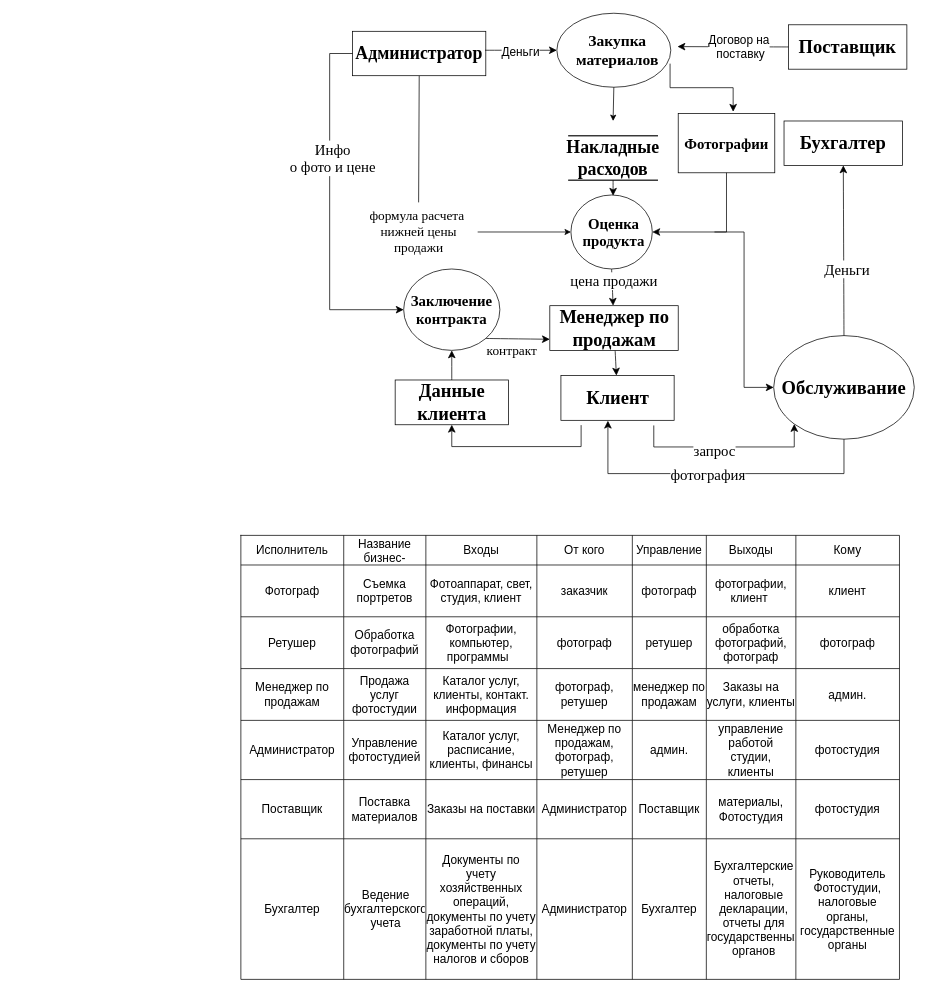
Earlier version of the draw.io diagram Диаграмма без названия.drawio (Antwan228/GitBush). Source tidied: cells renumbered, new cells numbered last; positions are measured from the earlier drawing's top-left corner, leaving out a move shared by most shapes. Both pictures are drawn from the tidied source at 74%, with x=0, y=0 at pixel (240, 13).
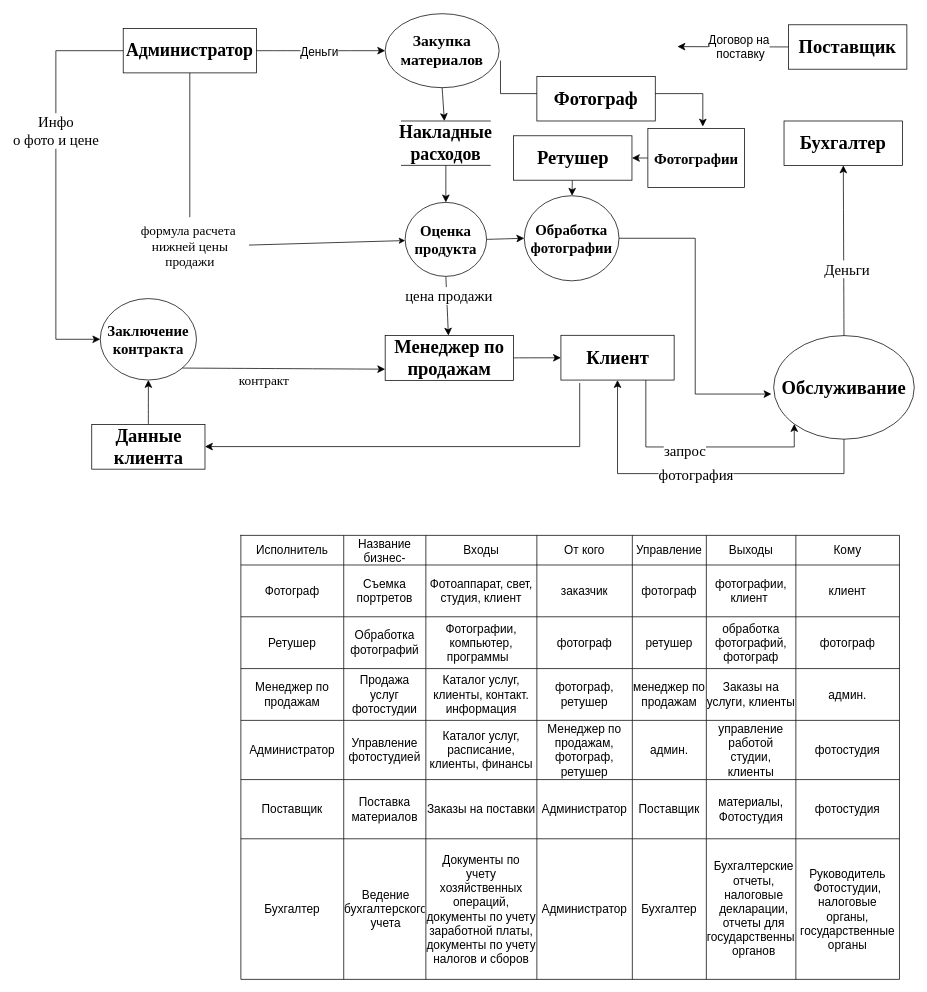
The same page after the edit.

Unchanged cells that the change refers to:
```xml
<mxCell id="4" value="&lt;font style=&quot;font-size: 25px;&quot; face=&quot;Times New Roman&quot;&gt;&lt;b&gt;Обслуживание&lt;/b&gt;&lt;/font&gt;" style="ellipse;whiteSpace=wrap;html=1;" parent="1" vertex="1">
  <mxGeometry x="720" y="436" width="190" height="140" as="geometry" />
</mxCell>
<mxCell id="31" value="&lt;font style=&quot;font-size: 24px;&quot; face=&quot;Times New Roman&quot;&gt;&lt;b&gt;Администратор&lt;/b&gt;&lt;/font&gt;" style="rounded=0;whiteSpace=wrap;html=1;" parent="29" vertex="1">
  <mxGeometry x="1" width="180" height="60" as="geometry" />
</mxCell>
```

Diff of the diagram source:
```diff
@@
-    <mxCell id="2" style="ellipse;whiteSpace=wrap;html=1;" parent="1" vertex="1">
-      <mxGeometry x="427" y="0.4" width="154" height="100" as="geometry" />
+    <mxCell id="2" value="&lt;b style=&quot;border-color: var(--border-color); font-family: &amp;quot;Times New Roman&amp;quot;; font-size: 21px;&quot;&gt;Закупка материалов&lt;/b&gt;" style="ellipse;whiteSpace=wrap;html=1;" parent="1" vertex="1">
+      <mxGeometry x="195" y="1" width="154" height="100" as="geometry" />
     </mxCell>
     <mxCell id="3" value="&lt;font size=&quot;1&quot; face=&quot;Times New Roman&quot; style=&quot;&quot;&gt;&lt;b style=&quot;font-size: 20px;&quot;&gt;Заключение контракта&lt;/b&gt;&lt;/font&gt;" style="ellipse;whiteSpace=wrap;html=1;" parent="1" vertex="1">
-      <mxGeometry x="220" y="346" width="130" height="110" as="geometry" />
+      <mxGeometry x="-190" y="386" width="130" height="110" as="geometry" />
     </mxCell>
@@
+    <mxCell id="104" style="edgeStyle=none;curved=1;rounded=0;jettySize=auto;html=1;exitX=1;exitY=0.5;exitDx=0;exitDy=0;entryX=0;entryY=0.5;entryDx=0;entryDy=0;fontSize=12;startSize=8;endSize=8;" parent="1" edge="1" source="7" target="112">
+      <mxGeometry relative="1" as="geometry" />
+    </mxCell>
-    <mxCell id="7" style="ellipse;whiteSpace=wrap;html=1;" parent="1" vertex="1">
-      <mxGeometry x="446" y="246" width="110" height="100" as="geometry" />
+    <mxCell id="7" value="&lt;b style=&quot;border-color: var(--border-color); font-size: 16px;&quot;&gt;&lt;font style=&quot;border-color: var(--border-color); font-size: 20px;&quot; face=&quot;Times New Roman&quot;&gt;Оценка продукта&lt;/font&gt;&lt;/b&gt;" style="ellipse;whiteSpace=wrap;html=1;" parent="1" vertex="1">
+      <mxGeometry x="222" y="256" width="110" height="100" as="geometry" />
     </mxCell>
-    <mxCell id="8" style="endArrow=classic;html=1;rounded=0;exitX=0.5;exitY=1;exitDx=0;exitDy=0;entryX=0.5;entryY=0;entryDx=0;entryDy=0;" parent="1" edge="1" source="2">
-      <mxGeometry relative="1" as="geometry">
-        <mxPoint x="503" y="146" as="targetPoint" />
-      </mxGeometry>
-    </mxCell>
@@
     <mxCell id="13" value="&lt;font style=&quot;font-size: 25px;&quot; face=&quot;Times New Roman&quot;&gt;&lt;b&gt;Клиент&lt;/b&gt;&lt;/font&gt;" style="rounded=0;whiteSpace=wrap;html=1;" parent="1" vertex="1">
-      <mxGeometry x="432.5" y="490" width="153" height="60.5" as="geometry" />
+      <mxGeometry x="432.5" y="435.6" width="153" height="60.5" as="geometry" />
     </mxCell>
@@
     <mxCell id="15" value="&lt;b&gt;&lt;font style=&quot;font-size: 25px;&quot; face=&quot;Times New Roman&quot;&gt;Данные клиента&lt;/font&gt;&lt;/b&gt;" style="rounded=0;whiteSpace=wrap;html=1;" parent="1" vertex="1">
-      <mxGeometry x="208.5" y="496" width="153" height="60.5" as="geometry" />
+      <mxGeometry x="-201.5" y="556" width="153" height="60.5" as="geometry" />
     </mxCell>
+    <mxCell id="105" style="edgeStyle=none;curved=1;rounded=0;jettySize=auto;html=1;exitX=0;exitY=0.5;exitDx=0;exitDy=0;entryX=1;entryY=0.5;entryDx=0;entryDy=0;fontSize=12;startSize=8;endSize=8;" parent="1" edge="1" source="16" target="111">
+      <mxGeometry relative="1" as="geometry" />
+    </mxCell>
     <mxCell id="16" value="&lt;font style=&quot;font-size: 20px;&quot; face=&quot;Times New Roman&quot;&gt;&lt;b&gt;Фотографии&lt;/b&gt;&lt;/font&gt;" style="rounded=0;whiteSpace=wrap;html=1;" parent="1" vertex="1">
-      <mxGeometry x="591" y="136" width="130.5" height="80" as="geometry" />
+      <mxGeometry x="550" y="156" width="130.5" height="80" as="geometry" />
     </mxCell>
@@
     <mxCell id="18" value="&lt;b&gt;&lt;font style=&quot;font-size: 25px;&quot; face=&quot;Times New Roman&quot;&gt;Менеджер по продажам&lt;/font&gt;&lt;/b&gt;" style="rounded=0;whiteSpace=wrap;html=1;" parent="1" vertex="1">
-      <mxGeometry x="417.5" y="395.6" width="173.5" height="60.5" as="geometry" />
+      <mxGeometry x="195" y="436" width="173.5" height="60.5" as="geometry" />
     </mxCell>
+    <mxCell id="106" style="edgeStyle=none;curved=1;rounded=0;jettySize=auto;html=1;exitX=0.5;exitY=1;exitDx=0;exitDy=0;entryX=0.5;entryY=0;entryDx=0;entryDy=0;fontSize=12;startSize=8;endSize=8;" parent="1" edge="1" source="19" target="7">
+      <mxGeometry relative="1" as="geometry" />
+    </mxCell>
-    <mxCell id="19" style="shape=partialRectangle;whiteSpace=wrap;html=1;left=0;right=0;fillColor=none;" parent="1" vertex="1">
-      <mxGeometry x="443" y="166" width="120" height="60" as="geometry" />
+    <mxCell id="19" value="&lt;b style=&quot;border-color: var(--border-color); font-family: &amp;quot;Times New Roman&amp;quot;; font-size: 24px;&quot;&gt;Накладные&lt;br style=&quot;border-color: var(--border-color);&quot;&gt;расходов&lt;/b&gt;" style="shape=partialRectangle;whiteSpace=wrap;html=1;left=0;right=0;fillColor=none;" parent="1" vertex="1">
+      <mxGeometry x="217" y="146" width="120" height="60" as="geometry" />
     </mxCell>
-    <mxCell id="20" style="edgeStyle=none;curved=1;rounded=0;jettySize=auto;html=1;exitX=0.5;exitY=1;exitDx=0;exitDy=0;fontSize=12;startSize=8;endSize=8;" parent="1" edge="1" source="21">
-      <mxGeometry relative="1" as="geometry">
-        <mxPoint x="503" y="247" as="targetPoint" />
-      </mxGeometry>
-    </mxCell>
-    <mxCell id="21" value="&lt;b style=&quot;border-color: var(--border-color); font-family: &amp;quot;Times New Roman&amp;quot;; font-size: 24px;&quot;&gt;Накладные&lt;br style=&quot;border-color: var(--border-color);&quot;&gt;расходов&lt;/b&gt;" style="shape=partialRectangle;whiteSpace=wrap;html=1;left=0;right=0;fillColor=none;" parent="1" vertex="1">
-      <mxGeometry x="443" y="166" width="120" height="60" as="geometry" />
-    </mxCell>
     <mxCell id="22" value="&lt;font style=&quot;font-size: 18px;&quot; face=&quot;Times New Roman&quot;&gt;формула расчета&amp;nbsp;&lt;br&gt;нижней цены&lt;br&gt;продажи&lt;/font&gt;" style="text;html=1;align=center;verticalAlign=middle;points=[];strokeColor=none;fillColor=none;" parent="1" vertex="1">
-      <mxGeometry x="160" y="256" width="160" height="80" as="geometry" />
+      <mxGeometry x="-149" y="276" width="160" height="80" as="geometry" />
     </mxCell>
@@
-    <mxCell id="25" value="&lt;font style=&quot;font-size: 21px;&quot; face=&quot;Times New Roman&quot;&gt;&lt;b&gt;Закупка материалов&lt;/b&gt;&lt;/font&gt;" style="text;html=1;strokeColor=none;fillColor=none;align=center;verticalAlign=middle;whiteSpace=wrap;rounded=0;fontSize=16;" parent="1" vertex="1">
-      <mxGeometry x="438" y="16" width="142" height="70" as="geometry" />
-    </mxCell>
@@
     <mxCell id="29" style="group;" parent="1" vertex="1">
-      <mxGeometry x="150" y="24.8" width="181" height="60" as="geometry" />
+      <mxGeometry x="-160" y="21" width="181" height="60" as="geometry" />
     </mxCell>
@@
-    <mxCell id="32" style="edgeStyle=none;curved=1;rounded=0;jettySize=auto;html=1;exitX=1;exitY=0.5;exitDx=0;exitDy=0;entryX=0;entryY=0.5;entryDx=0;entryDy=0;fontSize=12;startSize=8;endSize=8;" parent="1" edge="1" target="2">
-      <mxGeometry relative="1" as="geometry">
-        <mxPoint x="330" y="50.4" as="sourcePoint" />
-      </mxGeometry>
+    <mxCell id="32" style="edgeStyle=none;curved=1;rounded=0;jettySize=auto;html=1;exitX=1;exitY=0.5;exitDx=0;exitDy=0;entryX=0;entryY=0.5;entryDx=0;entryDy=0;fontSize=12;startSize=8;endSize=8;" parent="1" edge="1" source="31" target="2">
+      <mxGeometry relative="1" as="geometry" />
     </mxCell>
@@
-    <mxCell id="91" value="&lt;b&gt;&lt;font style=&quot;font-size: 20px;&quot; face=&quot;Times New Roman&quot;&gt;Оценка продукта&lt;/font&gt;&lt;/b&gt;" style="text;html=1;strokeColor=none;fillColor=none;align=center;verticalAlign=middle;whiteSpace=wrap;rounded=0;fontSize=16;" parent="1" vertex="1">
-      <mxGeometry x="461.2" y="278.5" width="85.5" height="35" as="geometry" />
-    </mxCell>
     <mxCell id="92" style="edgeStyle=elbowEdgeStyle;elbow=vertical;endArrow=classic;html=1;curved=0;rounded=0;endSize=8;startSize=8;fontSize=12;exitX=0;exitY=0.5;exitDx=0;exitDy=0;" parent="1" edge="1" source="31" target="3">
       <mxGeometry relative="1" as="geometry">
         <Array as="points">
-          <mxPoint x="120" y="326" />
+          <mxPoint x="-250" y="246" />
         </Array>
       </mxGeometry>
     </mxCell>
     <mxCell id="93" value="&lt;font style=&quot;font-size: 20px;&quot; face=&quot;Times New Roman&quot;&gt;Инфо &lt;br&gt;о&amp;nbsp;фото и цене&lt;/font&gt;" style="edgeLabel;html=1;align=center;verticalAlign=middle;fontSize=16;" parent="92" vertex="1">
       <mxGeometry x="-0.1" y="3" relative="1" as="geometry">
-        <mxPoint y="-43" as="offset" />
+        <mxPoint x="-4" y="-45" as="offset" />
       </mxGeometry>
     </mxCell>
@@
-    <mxCell id="96" style="edgeStyle=elbowEdgeStyle;elbow=vertical;endArrow=classic;html=1;curved=0;rounded=0;endSize=8;startSize=8;fontSize=12;exitX=0.6;exitY=1.009;exitDx=0;exitDy=0;exitPerimeter=0;entryX=0.5;entryY=1;entryDx=0;entryDy=0;" parent="1" edge="1" target="15">
+    <mxCell id="96" style="edgeStyle=elbowEdgeStyle;elbow=vertical;endArrow=classic;html=1;curved=0;rounded=0;endSize=8;startSize=8;fontSize=12;exitX=0.166;exitY=1.066;exitDx=0;exitDy=0;exitPerimeter=0;entryX=1;entryY=0.5;entryDx=0;entryDy=0;" parent="1" edge="1" source="13" target="15">
       <mxGeometry relative="1" as="geometry">
-        <mxPoint x="459.8" y="557" as="sourcePoint" />
         <Array as="points">
           <mxPoint x="350" y="586" />
         </Array>
       </mxGeometry>
     </mxCell>
-    <mxCell id="97" style="edgeStyle=elbowEdgeStyle;elbow=vertical;endArrow=classic;html=1;curved=0;rounded=0;endSize=8;startSize=8;fontSize=12;exitX=0.6;exitY=1.009;exitDx=0;exitDy=0;exitPerimeter=0;entryX=0;entryY=1;entryDx=0;entryDy=0;" parent="1" edge="1" target="4">
+    <mxCell id="97" style="edgeStyle=elbowEdgeStyle;elbow=vertical;endArrow=classic;html=1;curved=0;rounded=0;endSize=8;startSize=8;fontSize=12;exitX=0.75;exitY=1;exitDx=0;exitDy=0;entryX=0;entryY=1;entryDx=0;entryDy=0;" parent="1" edge="1" source="13" target="4">
       <mxGeometry relative="1" as="geometry">
-        <mxPoint x="558" y="557.4" as="sourcePoint" />
         <Array as="points">
           <mxPoint x="448.2" y="586.5" />
         </Array>
       </mxGeometry>
     </mxCell>
@@
-    <mxCell id="99" style="edgeStyle=elbowEdgeStyle;elbow=vertical;endArrow=classic;html=1;curved=0;rounded=0;endSize=8;startSize=8;fontSize=12;exitX=0.5;exitY=1;exitDx=0;exitDy=0;entryX=0.453;entryY=0.968;entryDx=0;entryDy=0;entryPerimeter=0;" parent="1" edge="1" source="4">
+    <mxCell id="99" style="edgeStyle=elbowEdgeStyle;elbow=vertical;endArrow=classic;html=1;curved=0;rounded=0;endSize=8;startSize=8;fontSize=12;exitX=0.5;exitY=1;exitDx=0;exitDy=0;entryX=0.5;entryY=1;entryDx=0;entryDy=0;" parent="1" edge="1" source="4" target="13">
       <mxGeometry relative="1" as="geometry">
-        <mxPoint x="496" y="551" as="targetPoint" />
         <Array as="points">
           <mxPoint x="648.7" y="622.5" />
         </Array>
       </mxGeometry>
     </mxCell>
@@
-    <mxCell id="101" style="edgeStyle=elbowEdgeStyle;elbow=vertical;endArrow=classic;html=1;curved=0;rounded=0;endSize=8;startSize=8;fontSize=12;exitX=0.5;exitY=1;exitDx=0;exitDy=0;entryX=1;entryY=0.5;entryDx=0;entryDy=0;" parent="1" edge="1" source="16" target="7">
-      <mxGeometry relative="1" as="geometry">
-        <Array as="points">
-          <mxPoint x="620" y="296" />
-        </Array>
-      </mxGeometry>
-    </mxCell>
-    <mxCell id="102" style="edgeStyle=elbowEdgeStyle;elbow=horizontal;endArrow=classic;html=1;curved=0;rounded=0;endSize=8;startSize=8;fontSize=12;entryX=0;entryY=0.5;entryDx=0;entryDy=0;" parent="1" edge="1" target="4">
+    <mxCell id="102" style="edgeStyle=elbowEdgeStyle;elbow=horizontal;endArrow=classic;html=1;curved=0;rounded=0;endSize=8;startSize=8;fontSize=12;entryX=0;entryY=0.5;entryDx=0;entryDy=0;" parent="1" edge="1" source="112">
       <mxGeometry relative="1" as="geometry">
-        <mxPoint x="640" y="296" as="sourcePoint" />
+        <mxPoint x="717" y="515" as="targetPoint" />
       </mxGeometry>
     </mxCell>
-    <mxCell id="103" style="edgeStyle=elbowEdgeStyle;elbow=vertical;endArrow=classic;html=1;curved=0;rounded=0;endSize=8;startSize=8;fontSize=12;entryX=0.569;entryY=-0.031;entryDx=0;entryDy=0;entryPerimeter=0;exitX=1;exitY=0.75;exitDx=0;exitDy=0;" parent="1" edge="1" source="25" target="16">
+    <mxCell id="103" style="edgeStyle=elbowEdgeStyle;elbow=vertical;endArrow=classic;html=1;curved=0;rounded=0;endSize=8;startSize=8;fontSize=12;entryX=0.569;entryY=-0.031;entryDx=0;entryDy=0;entryPerimeter=0;exitX=1.012;exitY=0.633;exitDx=0;exitDy=0;exitPerimeter=0;" parent="1" edge="1" source="2" target="16">
       <mxGeometry relative="1" as="geometry" />
     </mxCell>
+    <mxCell id="107" style="edgeStyle=none;curved=1;rounded=0;orthogonalLoop=1;jettySize=auto;html=1;exitX=1;exitY=0;exitDx=0;exitDy=0;fontSize=12;startSize=8;endSize=8;" parent="1" edge="1" source="7" target="7">
+      <mxGeometry relative="1" as="geometry" />
+    </mxCell>
+    <mxCell id="108" style="edgeStyle=none;curved=1;rounded=0;jettySize=auto;html=1;exitX=0.5;exitY=1;exitDx=0;exitDy=0;fontSize=12;startSize=8;endSize=8;" parent="1" edge="1" source="2" target="19">
+      <mxGeometry relative="1" as="geometry" />
+    </mxCell>
+    <mxCell id="109" value="&lt;font face=&quot;Times New Roman&quot; style=&quot;font-size: 25px;&quot;&gt;&lt;b&gt;Фотограф&lt;br&gt;&lt;/b&gt;&lt;/font&gt;" style="rounded=0;whiteSpace=wrap;html=1;" parent="1" vertex="1">
+      <mxGeometry x="400" y="86" width="160" height="60" as="geometry" />
+    </mxCell>
+    <mxCell id="110" style="edgeStyle=none;curved=1;rounded=0;jettySize=auto;html=1;fontSize=12;startSize=8;endSize=8;" parent="1" edge="1" source="111" target="112">
+      <mxGeometry relative="1" as="geometry" />
+    </mxCell>
+    <mxCell id="111" value="&lt;font face=&quot;Times New Roman&quot; style=&quot;font-size: 25px;&quot;&gt;&lt;b&gt;Ретушер&lt;br&gt;&lt;/b&gt;&lt;/font&gt;" style="rounded=0;whiteSpace=wrap;html=1;" parent="1" vertex="1">
+      <mxGeometry x="368.5" y="166" width="160" height="60" as="geometry" />
+    </mxCell>
+    <mxCell id="112" value="&lt;b style=&quot;border-color: var(--border-color); font-size: 16px;&quot;&gt;&lt;font style=&quot;border-color: var(--border-color); font-size: 20px;&quot; face=&quot;Times New Roman&quot;&gt;Обработка фотографии&lt;/font&gt;&lt;/b&gt;" style="ellipse;whiteSpace=wrap;html=1;" parent="1" vertex="1">
+      <mxGeometry x="383" y="247" width="128" height="115" as="geometry" />
+    </mxCell>
```
